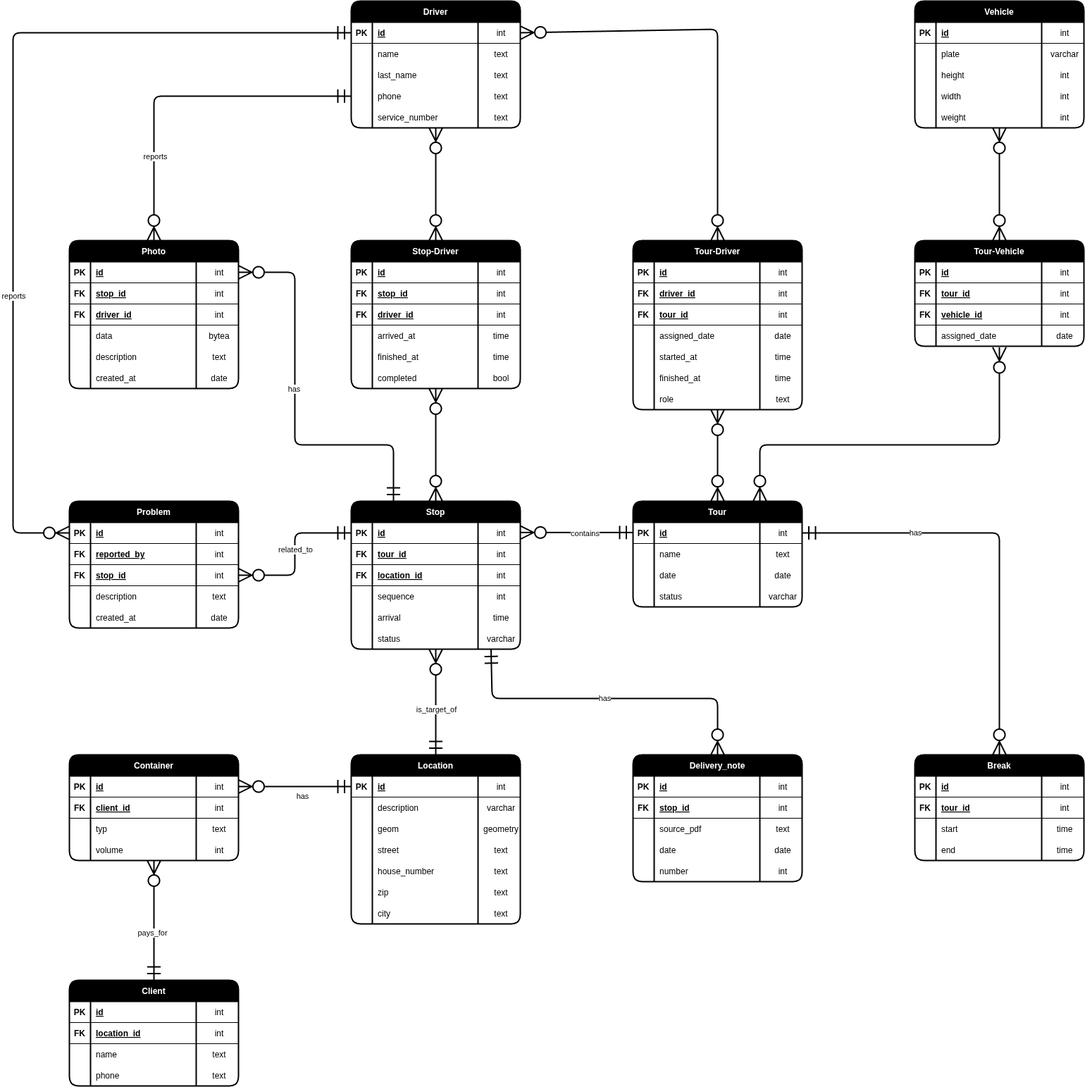
gabrielbindi/VoBi-Tour keeps this draw.io diagram as docs/database/erd.png. Above is the earlier version. Source tidied: cells renumbered, new cells last; positions are measured from the earlier drawing's top-left corner, leaving out a move shared by most shapes.
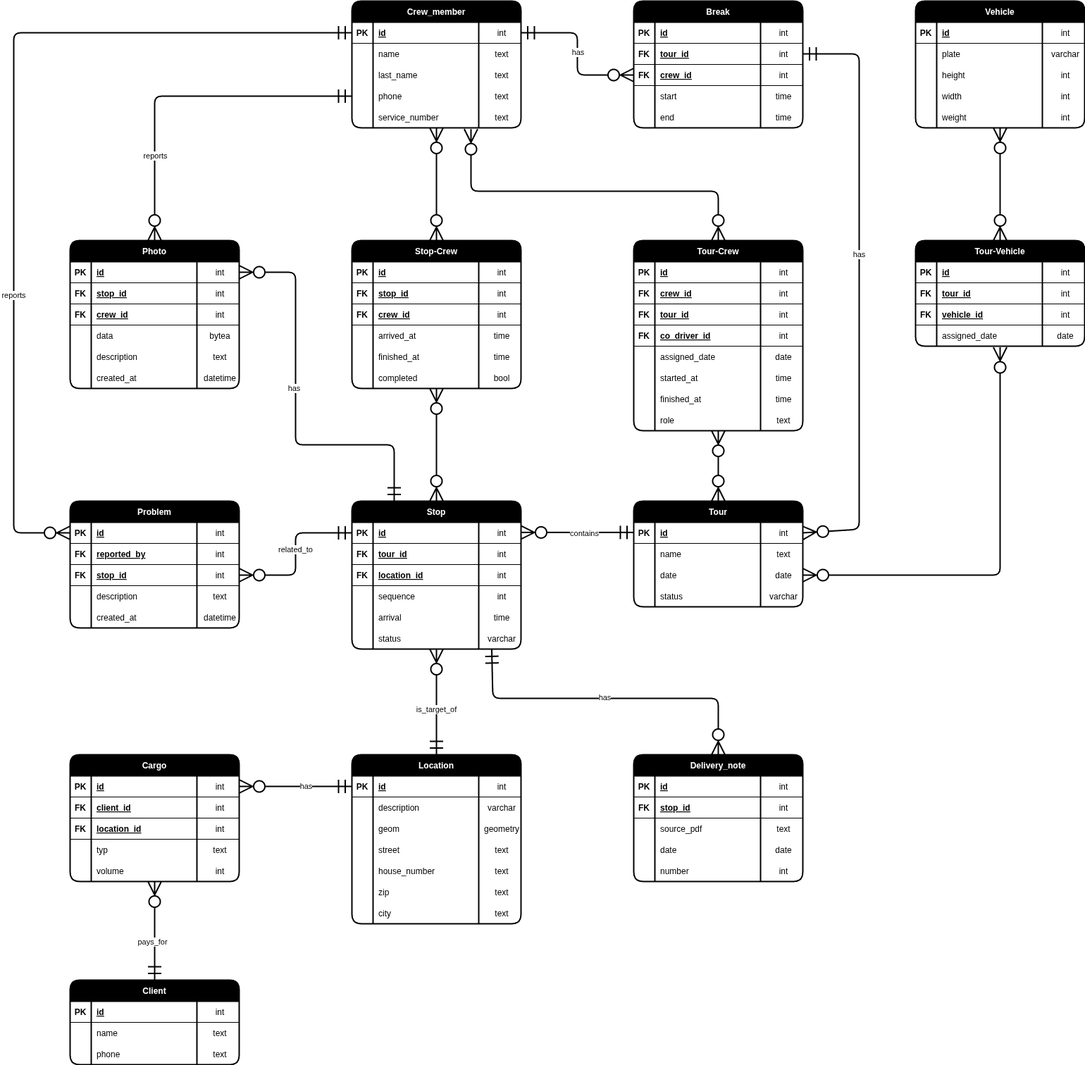
After the change.

Commit message:
#26 Added co_driver. Rename Driver to Crew_member because he can also be a co_driver or a driver and the co_driver can change the tours in a day. Rename Container to cargo for general.

Diff of the diagram source:
```diff
@@ -4,3 +4,3 @@
     <mxCell id="1" parent="0" />
-    <mxCell id="2" value="Driver" style="shape=table;startSize=30;rowLines=0;fontStyle=1;align=center;swimlaneFillColor=none;fillColor=#000000;fontColor=#FFFFFF;strokeWidth=2;rounded=1;" parent="1" vertex="1">
+    <mxCell id="2" value="Crew_member" style="shape=table;startSize=30;rowLines=0;fontStyle=1;align=center;swimlaneFillColor=none;fillColor=#000000;fontColor=#FFFFFF;strokeWidth=2;rounded=1;" parent="1" vertex="1">
       <mxGeometry x="480" width="240" height="180" as="geometry" />
@@ -119,3 +119,3 @@
     <mxCell id="40" value="Break" style="shape=table;startSize=30;rowLines=0;fontStyle=1;align=center;swimlaneFillColor=none;fillColor=#000000;fontColor=#FFFFFF;strokeWidth=2;rounded=1;" parent="1" vertex="1">
-      <mxGeometry x="1280" y="1070" width="240" height="150" as="geometry" />
+      <mxGeometry x="880" width="240" height="180" as="geometry" />
     </mxCell>
@@ -145,4 +145,16 @@
     </mxCell>
+    <mxCell id="330" style="shape=tableRow;horizontal=0;startSize=0;swimlaneHead=0;swimlaneBody=0;fillColor=none;points=[[0,0.5],[1,0.5]];portConstraint=eastwest;top=0;left=0;right=0;bottom=1;" parent="40" vertex="1">
+      <mxGeometry y="90" width="240" height="30" as="geometry" />
+    </mxCell>
+    <mxCell id="331" value="FK" style="shape=partialRectangle;fillColor=none;top=0;left=0;bottom=0;right=0;fontStyle=1;overflow=hidden;" parent="330" vertex="1">
+      <mxGeometry width="30" height="30" as="geometry" />
+    </mxCell>
+    <mxCell id="332" value="crew_id" style="shape=partialRectangle;fillColor=none;top=0;left=0;bottom=0;right=0;align=left;spacingLeft=6;fontStyle=5;overflow=hidden;" parent="330" vertex="1">
+      <mxGeometry x="30" width="150" height="30" as="geometry" />
+    </mxCell>
+    <mxCell id="333" value="int" style="shape=partialRectangle;fillColor=none;top=0;left=0;bottom=0;right=0;align=center;spacingLeft=6;fontStyle=0;overflow=hidden;" parent="330" vertex="1">
+      <mxGeometry x="180" width="60" height="30" as="geometry" />
+    </mxCell>
     <mxCell id="49" style="shape=tableRow;horizontal=0;startSize=0;swimlaneHead=0;swimlaneBody=0;fillColor=none;top=0;left=0;right=0;bottom=0;" parent="40" vertex="1">
-      <mxGeometry y="90" width="240" height="30" as="geometry" />
+      <mxGeometry y="120" width="240" height="30" as="geometry" />
     </mxCell>
@@ -158,3 +170,3 @@
     <mxCell id="53" style="shape=tableRow;horizontal=0;startSize=0;swimlaneHead=0;swimlaneBody=0;fillColor=none;top=0;left=0;right=0;bottom=0;" parent="40" vertex="1">
-      <mxGeometry y="120" width="240" height="30" as="geometry" />
+      <mxGeometry y="150" width="240" height="30" as="geometry" />
     </mxCell>
@@ -169,14 +181,2 @@
     </mxCell>
-    <mxCell id="57" style="fontSize=12;html=1;endArrow=ERmandOne;endFill=0;startArrow=ERzeroToMany;endSize=16;startSize=16;strokeWidth=2;entryX=1;entryY=0.5;entryDx=0;entryDy=0;exitX=0.5;exitY=0;exitDx=0;exitDy=0;startFill=0;" parent="1" edge="1" source="40" target="24">
-      <mxGeometry relative="1" as="geometry">
-        <Array as="points">
-          <mxPoint x="1400" y="755" />
-        </Array>
-      </mxGeometry>
-    </mxCell>
-    <mxCell id="58" value="has" style="edgeLabel;html=1;align=center;verticalAlign=middle;" parent="57" vertex="1">
-      <mxGeometry x="0.05" relative="1" as="geometry">
-        <mxPoint x="-120" y="-3" as="offset" />
-      </mxGeometry>
-    </mxCell>
     <mxCell id="59" value="Problem" style="shape=table;startSize=30;rowLines=0;fontStyle=1;align=center;swimlaneFillColor=none;fillColor=#000000;fontColor=#FFFFFF;strokeWidth=2;rounded=1;" parent="1" vertex="1">
@@ -241,3 +241,3 @@
     </mxCell>
-    <mxCell id="79" value="date" style="shape=partialRectangle;fillColor=none;top=0;left=0;bottom=0;right=0;align=center;spacingLeft=6;overflow=hidden;" parent="76" vertex="1">
+    <mxCell id="79" value="datetime" style="shape=partialRectangle;fillColor=none;top=0;left=0;bottom=0;right=0;align=center;spacingLeft=6;overflow=hidden;" parent="76" vertex="1">
       <mxGeometry x="180" width="60" height="30" as="geometry" />
@@ -353,3 +353,3 @@
     </mxCell>
-    <mxCell id="114" value="driver_id" style="shape=partialRectangle;fillColor=none;top=0;left=0;bottom=0;right=0;align=left;spacingLeft=6;fontStyle=5;overflow=hidden;" parent="112" vertex="1">
+    <mxCell id="114" value="crew_id" style="shape=partialRectangle;fillColor=none;top=0;left=0;bottom=0;right=0;align=left;spacingLeft=6;fontStyle=5;overflow=hidden;" parent="112" vertex="1">
       <mxGeometry x="30" width="150" height="30" as="geometry" />
@@ -392,3 +392,3 @@
     </mxCell>
-    <mxCell id="127" value="date" style="shape=partialRectangle;fillColor=none;top=0;left=0;bottom=0;right=0;align=center;spacingLeft=6;overflow=hidden;" parent="124" vertex="1">
+    <mxCell id="127" value="datetime" style="shape=partialRectangle;fillColor=none;top=0;left=0;bottom=0;right=0;align=center;spacingLeft=6;overflow=hidden;" parent="124" vertex="1">
       <mxGeometry x="180" width="60" height="30" as="geometry" />
@@ -482,4 +482,4 @@
     </mxCell>
-    <mxCell id="157" value="Container" style="shape=table;startSize=30;rowLines=0;fontStyle=1;align=center;swimlaneFillColor=none;fillColor=#000000;fontColor=#FFFFFF;strokeWidth=2;rounded=1;" parent="1" vertex="1">
-      <mxGeometry x="80" y="1070" width="240" height="150" as="geometry" />
+    <mxCell id="157" value="Cargo" style="shape=table;startSize=30;rowLines=0;fontStyle=1;align=center;swimlaneFillColor=none;fillColor=#000000;fontColor=#FFFFFF;strokeWidth=2;rounded=1;" parent="1" vertex="1">
+      <mxGeometry x="80" y="1070" width="240" height="180" as="geometry" />
     </mxCell>
@@ -509,4 +509,16 @@
     </mxCell>
+    <mxCell id="334" style="shape=tableRow;horizontal=0;startSize=0;swimlaneHead=0;swimlaneBody=0;fillColor=none;top=0;left=0;right=0;bottom=1;" parent="157" vertex="1">
+      <mxGeometry y="90" width="240" height="30" as="geometry" />
+    </mxCell>
+    <mxCell id="335" value="FK" style="shape=partialRectangle;fillColor=none;top=0;left=0;bottom=0;right=0;fontStyle=1;overflow=hidden;" parent="334" vertex="1">
+      <mxGeometry width="30" height="30" as="geometry" />
+    </mxCell>
+    <mxCell id="183" value="location_id" style="shape=partialRectangle;fillColor=none;top=0;left=0;bottom=0;right=0;align=left;spacingLeft=6;fontStyle=5;overflow=hidden;" parent="334" vertex="1">
+      <mxGeometry x="30" width="150" height="30" as="geometry" />
+    </mxCell>
+    <mxCell id="336" value="int" style="shape=partialRectangle;fillColor=none;top=0;left=0;bottom=0;right=0;align=center;spacingLeft=6;fontStyle=0;overflow=hidden;" parent="334" vertex="1">
+      <mxGeometry x="180" width="60" height="30" as="geometry" />
+    </mxCell>
     <mxCell id="166" style="shape=tableRow;horizontal=0;startSize=0;swimlaneHead=0;swimlaneBody=0;fillColor=none;top=0;left=0;right=0;bottom=0;" parent="157" vertex="1">
-      <mxGeometry y="90" width="240" height="30" as="geometry" />
+      <mxGeometry y="120" width="240" height="30" as="geometry" />
     </mxCell>
@@ -522,3 +534,3 @@
     <mxCell id="170" style="shape=tableRow;horizontal=0;startSize=0;swimlaneHead=0;swimlaneBody=0;fillColor=none;top=0;left=0;right=0;bottom=0;" parent="157" vertex="1">
-      <mxGeometry y="120" width="240" height="30" as="geometry" />
+      <mxGeometry y="150" width="240" height="30" as="geometry" />
     </mxCell>
@@ -538,3 +550,3 @@
       <mxGeometry x="-0.13" y="1" relative="1" as="geometry">
-        <mxPoint x="-1" y="12" as="offset" />
+        <mxPoint x="5" y="-1" as="offset" />
       </mxGeometry>
@@ -542,3 +554,3 @@
     <mxCell id="176" value="Client" style="shape=table;startSize=30;rowLines=0;fontStyle=1;align=center;swimlaneFillColor=none;fillColor=#000000;fontColor=#FFFFFF;strokeWidth=2;rounded=1;" parent="1" vertex="1">
-      <mxGeometry x="80" y="1390" width="240" height="150" as="geometry" />
+      <mxGeometry x="80" y="1390" width="240" height="120" as="geometry" />
     </mxCell>
@@ -556,16 +568,4 @@
     </mxCell>
-    <mxCell id="181" style="shape=tableRow;horizontal=0;startSize=0;swimlaneHead=0;swimlaneBody=0;fillColor=none;top=0;left=0;right=0;bottom=1;" parent="176" vertex="1">
-      <mxGeometry y="60" width="240" height="30" as="geometry" />
-    </mxCell>
-    <mxCell id="182" value="FK" style="shape=partialRectangle;fillColor=none;top=0;left=0;bottom=0;right=0;fontStyle=1;overflow=hidden;" parent="181" vertex="1">
-      <mxGeometry width="30" height="30" as="geometry" />
-    </mxCell>
-    <mxCell id="183" value="location_id" style="shape=partialRectangle;fillColor=none;top=0;left=0;bottom=0;right=0;align=left;spacingLeft=6;fontStyle=5;overflow=hidden;" parent="181" vertex="1">
-      <mxGeometry x="30" width="150" height="30" as="geometry" />
-    </mxCell>
-    <mxCell id="184" value="int" style="shape=partialRectangle;fillColor=none;top=0;left=0;bottom=0;right=0;align=center;spacingLeft=6;fontStyle=0;overflow=hidden;" parent="181" vertex="1">
-      <mxGeometry x="180" width="60" height="30" as="geometry" />
-    </mxCell>
     <mxCell id="185" style="shape=tableRow;horizontal=0;startSize=0;swimlaneHead=0;swimlaneBody=0;fillColor=none;top=0;left=0;right=0;bottom=0;" parent="176" vertex="1">
-      <mxGeometry y="90" width="240" height="30" as="geometry" />
+      <mxGeometry y="60" width="240" height="30" as="geometry" />
     </mxCell>
@@ -581,3 +581,3 @@
     <mxCell id="189" style="shape=tableRow;horizontal=0;startSize=0;swimlaneHead=0;swimlaneBody=0;fillColor=none;top=0;left=0;right=0;bottom=0;" parent="176" vertex="1">
-      <mxGeometry y="120" width="240" height="30" as="geometry" />
+      <mxGeometry y="90" width="240" height="30" as="geometry" />
     </mxCell>
@@ -781,3 +781,3 @@
     </mxCell>
-    <mxCell id="249" value="Stop-Driver" style="shape=table;startSize=30;rowLines=0;fontStyle=1;align=center;swimlaneFillColor=none;fillColor=#000000;fontColor=#FFFFFF;strokeWidth=2;rounded=1;" parent="1" vertex="1">
+    <mxCell id="249" value="Stop-Crew" style="shape=table;startSize=30;rowLines=0;fontStyle=1;align=center;swimlaneFillColor=none;fillColor=#000000;fontColor=#FFFFFF;strokeWidth=2;rounded=1;" parent="1" vertex="1">
       <mxGeometry x="480" y="340" width="240" height="210" as="geometry" />
@@ -814,3 +814,3 @@
     </mxCell>
-    <mxCell id="260" value="driver_id" style="shape=partialRectangle;fillColor=none;top=0;left=0;bottom=0;right=0;align=left;spacingLeft=6;fontStyle=5;overflow=hidden;" parent="258" vertex="1">
+    <mxCell id="260" value="crew_id" style="shape=partialRectangle;fillColor=none;top=0;left=0;bottom=0;right=0;align=left;spacingLeft=6;fontStyle=5;overflow=hidden;" parent="258" vertex="1">
       <mxGeometry x="30" width="150" height="30" as="geometry" />
@@ -916,6 +916,6 @@
     </mxCell>
-    <mxCell id="294" style="fontSize=12;html=1;endArrow=ERzeroToMany;endFill=1;startArrow=ERzeroToMany;endSize=16;startSize=16;strokeWidth=2;entryX=0.5;entryY=1.051;entryDx=0;entryDy=0;exitX=0.75;exitY=0;exitDx=0;exitDy=0;entryPerimeter=0;" parent="1" edge="1" source="23" target="289">
+    <mxCell id="294" style="fontSize=12;html=1;endArrow=ERzeroToMany;endFill=1;startArrow=ERzeroToMany;endSize=16;startSize=16;strokeWidth=2;entryX=0.5;entryY=1.051;entryDx=0;entryDy=0;exitX=1;exitY=0.5;exitDx=0;exitDy=0;entryPerimeter=0;" parent="1" edge="1" source="32" target="289">
       <mxGeometry relative="1" as="geometry">
         <Array as="points">
-          <mxPoint x="1060" y="630" />
+          <mxPoint x="1400" y="815" />
           <mxPoint x="1400" y="630" />
@@ -924,4 +924,4 @@
     </mxCell>
-    <mxCell id="295" value="Tour-Driver" style="shape=table;startSize=30;rowLines=0;fontStyle=1;align=center;swimlaneFillColor=none;fillColor=#000000;fontColor=#FFFFFF;strokeWidth=2;rounded=1;" parent="1" vertex="1">
-      <mxGeometry x="880" y="340" width="240" height="240" as="geometry" />
+    <mxCell id="295" value="Tour-Crew" style="shape=table;startSize=30;rowLines=0;fontStyle=1;align=center;swimlaneFillColor=none;fillColor=#000000;fontColor=#FFFFFF;strokeWidth=2;rounded=1;" parent="1" vertex="1">
+      <mxGeometry x="880" y="340" width="240" height="270" as="geometry" />
     </mxCell>
@@ -945,3 +945,3 @@
     </mxCell>
-    <mxCell id="302" value="driver_id" style="shape=partialRectangle;fillColor=none;top=0;left=0;bottom=0;right=0;align=left;spacingLeft=6;fontStyle=5;overflow=hidden;" parent="300" vertex="1">
+    <mxCell id="302" value="crew_id" style="shape=partialRectangle;fillColor=none;top=0;left=0;bottom=0;right=0;align=left;spacingLeft=6;fontStyle=5;overflow=hidden;" parent="300" vertex="1">
       <mxGeometry x="30" width="150" height="30" as="geometry" />
@@ -963,4 +963,16 @@
     </mxCell>
+    <mxCell id="337" style="shape=tableRow;horizontal=0;startSize=0;swimlaneHead=0;swimlaneBody=0;fillColor=none;top=0;left=0;right=0;bottom=1;" parent="295" vertex="1">
+      <mxGeometry y="120" width="240" height="30" as="geometry" />
+    </mxCell>
+    <mxCell id="338" value="FK" style="shape=partialRectangle;fillColor=none;top=0;left=0;bottom=0;right=0;fontStyle=1;overflow=hidden;" parent="337" vertex="1">
+      <mxGeometry width="30" height="30" as="geometry" />
+    </mxCell>
+    <mxCell id="339" value="co_driver_id" style="shape=partialRectangle;fillColor=none;top=0;left=0;bottom=0;right=0;align=left;spacingLeft=6;fontStyle=5;overflow=hidden;" parent="337" vertex="1">
+      <mxGeometry x="30" width="150" height="30" as="geometry" />
+    </mxCell>
+    <mxCell id="340" value="int" style="shape=partialRectangle;fillColor=none;top=0;left=0;bottom=0;right=0;align=center;spacingLeft=6;fontStyle=0;overflow=hidden;" parent="337" vertex="1">
+      <mxGeometry x="180" width="60" height="30" as="geometry" />
+    </mxCell>
     <mxCell id="308" style="shape=tableRow;horizontal=0;startSize=0;swimlaneHead=0;swimlaneBody=0;fillColor=none;top=0;left=0;right=0;bottom=0;" parent="295" vertex="1">
-      <mxGeometry y="120" width="240" height="30" as="geometry" />
+      <mxGeometry y="150" width="240" height="30" as="geometry" />
     </mxCell>
@@ -976,3 +988,3 @@
     <mxCell id="312" style="shape=tableRow;horizontal=0;startSize=0;swimlaneHead=0;swimlaneBody=0;fillColor=none;top=0;left=0;right=0;bottom=0;" parent="295" vertex="1">
-      <mxGeometry y="150" width="240" height="30" as="geometry" />
+      <mxGeometry y="180" width="240" height="30" as="geometry" />
     </mxCell>
@@ -988,3 +1000,3 @@
     <mxCell id="316" style="shape=tableRow;horizontal=0;startSize=0;swimlaneHead=0;swimlaneBody=0;fillColor=none;top=0;left=0;right=0;bottom=0;" parent="295" vertex="1">
-      <mxGeometry y="180" width="240" height="30" as="geometry" />
+      <mxGeometry y="210" width="240" height="30" as="geometry" />
     </mxCell>
@@ -1000,3 +1012,3 @@
     <mxCell id="320" style="shape=tableRow;horizontal=0;startSize=0;swimlaneHead=0;swimlaneBody=0;fillColor=none;top=0;left=0;right=0;bottom=0;" parent="295" vertex="1">
-      <mxGeometry y="210" width="240" height="30" as="geometry" />
+      <mxGeometry y="240" width="240" height="30" as="geometry" />
     </mxCell>
@@ -1011,6 +1023,7 @@
     </mxCell>
-    <mxCell id="324" style="fontSize=12;html=1;endArrow=ERzeroToMany;endFill=1;startArrow=ERzeroToMany;endSize=16;startSize=16;strokeWidth=2;entryX=1;entryY=0.5;entryDx=0;entryDy=0;exitX=0.5;exitY=0;exitDx=0;exitDy=0;" parent="1" edge="1" source="295" target="3">
+    <mxCell id="324" style="fontSize=12;html=1;endArrow=ERzeroToMany;endFill=1;startArrow=ERzeroToMany;endSize=16;startSize=16;strokeWidth=2;entryX=0.704;entryY=1.059;entryDx=0;entryDy=0;exitX=0.5;exitY=0;exitDx=0;exitDy=0;entryPerimeter=0;" parent="1" edge="1" source="295" target="19">
       <mxGeometry relative="1" as="geometry">
         <Array as="points">
-          <mxPoint x="1000" y="40" />
+          <mxPoint x="1000" y="270" />
+          <mxPoint x="649" y="270" />
         </Array>
@@ -1047,2 +1060,28 @@
     </mxCell>
+    <mxCell id="341" style="fontSize=12;html=1;endArrow=ERzeroToMany;startArrow=ERmandOne;endSize=16;startSize=16;targetPerimeterSpacing=0;strokeWidth=2;entryX=1;entryY=0.5;entryDx=0;entryDy=0;exitX=1;exitY=0.5;exitDx=0;exitDy=0;" parent="1" edge="1" source="45" target="24">
+      <mxGeometry relative="1" as="geometry">
+        <Array as="points">
+          <mxPoint x="1200" y="75" />
+          <mxPoint x="1200" y="750" />
+        </Array>
+      </mxGeometry>
+    </mxCell>
+    <mxCell id="342" value="has" style="edgeLabel;html=1;align=center;verticalAlign=middle;" parent="341" vertex="1">
+      <mxGeometry x="-0.13" y="1" relative="1" as="geometry">
+        <mxPoint x="-1" as="offset" />
+      </mxGeometry>
+    </mxCell>
+    <mxCell id="343" style="fontSize=12;html=1;endArrow=ERzeroToMany;startArrow=ERmandOne;entryX=0;entryY=0.5;entryDx=0;entryDy=0;endSize=16;startSize=16;targetPerimeterSpacing=0;strokeWidth=2;exitX=1;exitY=0.5;exitDx=0;exitDy=0;" parent="1" edge="1" source="3" target="330">
+      <mxGeometry relative="1" as="geometry">
+        <Array as="points">
+          <mxPoint x="800" y="45" />
+          <mxPoint x="800" y="105" />
+        </Array>
+      </mxGeometry>
+    </mxCell>
+    <mxCell id="344" value="has" style="edgeLabel;html=1;align=center;verticalAlign=middle;" parent="343" vertex="1">
+      <mxGeometry x="-0.13" y="1" relative="1" as="geometry">
+        <mxPoint y="12" as="offset" />
+      </mxGeometry>
+    </mxCell>
   </root>
```
